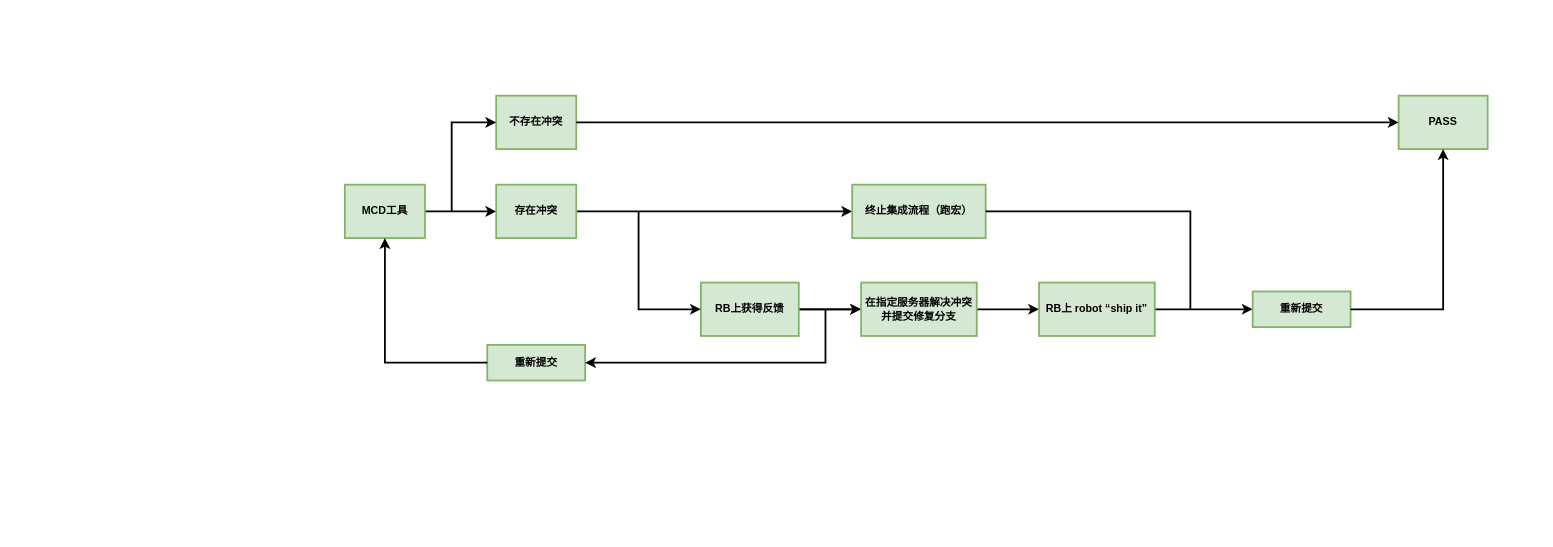
Earlier version of the draw.io diagram ConflictStra.drawio (YingSi163/Effy). Source tidied: cells renumbered, new cells numbered last; positions are measured from the earlier drawing's top-left corner, leaving out a move shared by most shapes. Both pictures are drawn from the tidied source at 89%, with x=0, y=0 at pixel (344, 95).
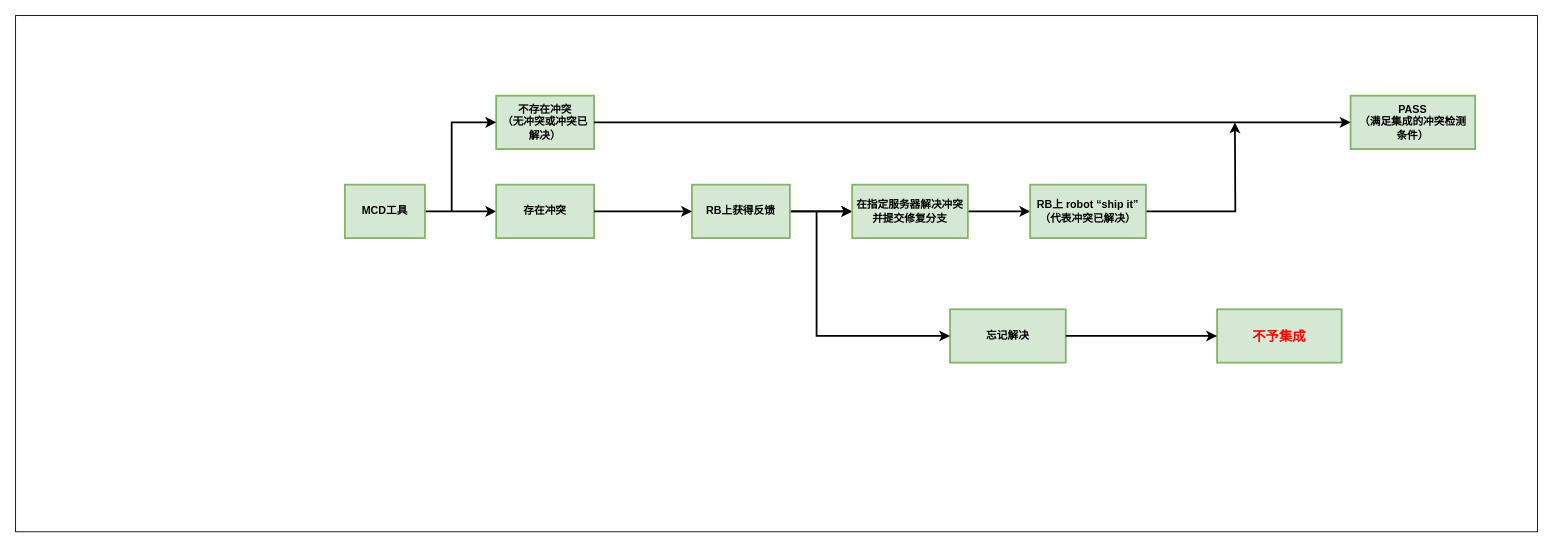
The same diagram, later.

Unchanged cells that the change refers to:
```xml
<mxCell id="3" value="MCD工具" style="rounded=0;whiteSpace=wrap;html=1;fillColor=#d5e8d4;strokeColor=#82B366;strokeWidth=2;sketch=0;glass=0;shadow=0;spacing=6;fontStyle=1;" parent="1" vertex="1">
  <mxGeometry y="100" width="90" height="60" as="geometry" />
</mxCell>
```

Diff of the diagram source:
```diff
@@
+    <mxCell id="25" style="rounded=0;whiteSpace=wrap;html=1;" parent="1" vertex="1">
+      <mxGeometry x="-370" y="-90" width="1710" height="580" as="geometry" />
+    </mxCell>
@@
-    <mxCell id="4" style="edgeStyle=orthogonalEdgeStyle;rounded=0;jettySize=auto;html=1;strokeWidth=2;entryX=0;entryY=0.5;entryDx=0;entryDy=0;" parent="1" edge="1" source="5" target="8">
-      <mxGeometry relative="1" as="geometry" />
-    </mxCell>
     <mxCell id="5" value="存在冲突" style="rounded=0;whiteSpace=wrap;html=1;fillColor=#d5e8d4;strokeColor=#82B366;strokeWidth=2;sketch=0;glass=0;shadow=0;spacing=6;fontStyle=1;" parent="1" vertex="1">
-      <mxGeometry x="170" y="100" width="90" height="60" as="geometry" />
+      <mxGeometry x="170" y="100" width="110" height="60" as="geometry" />
     </mxCell>
-    <mxCell id="6" value="不存在冲突" style="rounded=0;whiteSpace=wrap;html=1;fillColor=#d5e8d4;strokeColor=#82B366;strokeWidth=2;sketch=0;glass=0;shadow=0;spacing=6;fontStyle=1;" parent="1" vertex="1">
-      <mxGeometry x="170" width="90" height="60" as="geometry" />
+    <mxCell id="6" value="不存在冲突&lt;br&gt;（无冲突或冲突已解决）" style="rounded=0;whiteSpace=wrap;html=1;fillColor=#d5e8d4;strokeColor=#82B366;strokeWidth=2;sketch=0;glass=0;shadow=0;spacing=6;fontStyle=1;" parent="1" vertex="1">
+      <mxGeometry x="170" width="110" height="60" as="geometry" />
     </mxCell>
@@
-    <mxCell id="8" value="终止集成流程（跑宏）" style="rounded=0;whiteSpace=wrap;html=1;fillColor=#d5e8d4;strokeColor=#82B366;strokeWidth=2;sketch=0;glass=0;shadow=0;spacing=6;fontStyle=1;" parent="1" vertex="1">
-      <mxGeometry x="570" y="100" width="150" height="60" as="geometry" />
-    </mxCell>
@@
     <mxCell id="11" value="RB上获得反馈" style="rounded=0;whiteSpace=wrap;html=1;fillColor=#d5e8d4;strokeColor=#82B366;strokeWidth=2;sketch=0;glass=0;shadow=0;spacing=6;fontStyle=1;" parent="1" vertex="1">
-      <mxGeometry x="400" y="210" width="110" height="60" as="geometry" />
+      <mxGeometry x="390" y="100" width="110" height="60" as="geometry" />
     </mxCell>
@@
     <mxCell id="13" value="在指定服务器解决冲突并提交修复分支" style="rounded=0;whiteSpace=wrap;html=1;fillColor=#d5e8d4;strokeColor=#82B366;strokeWidth=2;sketch=0;glass=0;shadow=0;spacing=6;fontStyle=1;" parent="1" vertex="1">
-      <mxGeometry x="580" y="210" width="130" height="60" as="geometry" />
+      <mxGeometry x="570" y="100" width="130" height="60" as="geometry" />
     </mxCell>
-    <mxCell id="14" style="edgeStyle=orthogonalEdgeStyle;rounded=0;jettySize=auto;html=1;strokeWidth=2;" parent="1" edge="1" source="15" target="16">
-      <mxGeometry relative="1" as="geometry" />
-    </mxCell>
+    <mxCell id="26" style="edgeStyle=orthogonalEdgeStyle;rounded=0;jettySize=auto;html=1;strokeWidth=2;" parent="1" edge="1" source="15">
+      <mxGeometry relative="1" as="geometry">
+        <mxPoint x="1000" y="30" as="targetPoint" />
+      </mxGeometry>
+    </mxCell>
-    <mxCell id="15" value="RB上 robot “ship it”" style="rounded=0;whiteSpace=wrap;html=1;fillColor=#d5e8d4;strokeColor=#82B366;strokeWidth=2;sketch=0;glass=0;shadow=0;spacing=6;fontStyle=1;" parent="1" vertex="1">
-      <mxGeometry x="780" y="210" width="130" height="60" as="geometry" />
+    <mxCell id="15" value="RB上 robot “ship it”&lt;br&gt;（代表冲突已解决）" style="rounded=0;whiteSpace=wrap;html=1;fillColor=#d5e8d4;strokeColor=#82B366;strokeWidth=2;sketch=0;glass=0;shadow=0;spacing=6;fontStyle=1;" parent="1" vertex="1">
+      <mxGeometry x="770" y="100" width="130" height="60" as="geometry" />
     </mxCell>
-    <mxCell id="16" value="重新提交" style="rounded=0;whiteSpace=wrap;html=1;fillColor=#d5e8d4;strokeColor=#82B366;strokeWidth=2;sketch=0;glass=0;shadow=0;spacing=6;fontStyle=1;" parent="1" vertex="1">
-      <mxGeometry x="1020" y="220" width="110" height="40" as="geometry" />
-    </mxCell>
-    <mxCell id="17" style="endArrow=classic;html=1;rounded=0;strokeWidth=2;entryX=0;entryY=0.5;entryDx=0;entryDy=0;" parent="1" edge="1" target="11">
-      <mxGeometry relative="1" as="geometry">
-        <mxPoint x="330" y="130" as="sourcePoint" />
-        <Array as="points">
-          <mxPoint x="330" y="240" />
-        </Array>
-      </mxGeometry>
+    <mxCell id="17" style="endArrow=classic;html=1;rounded=0;strokeWidth=2;entryX=0;entryY=0.5;entryDx=0;entryDy=0;exitX=1;exitY=0.5;exitDx=0;exitDy=0;" parent="1" edge="1" source="5" target="11">
+      <mxGeometry relative="1" as="geometry" />
     </mxCell>
-    <mxCell id="18" style="endArrow=none;html=1;rounded=0;strokeWidth=2;exitX=1;exitY=0.5;exitDx=0;exitDy=0;" parent="1" edge="1" source="8">
-      <mxGeometry relative="1" as="geometry">
-        <mxPoint x="950" y="240" as="targetPoint" />
-        <Array as="points">
-          <mxPoint x="950" y="130" />
-        </Array>
-      </mxGeometry>
-    </mxCell>
-    <mxCell id="19" value="PASS" style="rounded=0;whiteSpace=wrap;html=1;fillColor=#d5e8d4;strokeColor=#82B366;strokeWidth=2;sketch=0;glass=0;shadow=0;spacing=6;fontStyle=1;" parent="1" vertex="1">
-      <mxGeometry x="1184" width="100" height="60" as="geometry" />
+    <mxCell id="19" value="PASS&lt;br&gt;（满足集成的冲突检测条件）" style="rounded=0;whiteSpace=wrap;html=1;fillColor=#d5e8d4;strokeColor=#82B366;strokeWidth=2;sketch=0;glass=0;shadow=0;spacing=6;fontStyle=1;" parent="1" vertex="1">
+      <mxGeometry x="1130" width="140" height="60" as="geometry" />
     </mxCell>
@@
-    <mxCell id="21" value="重新提交" style="rounded=0;whiteSpace=wrap;html=1;fillColor=#d5e8d4;strokeColor=#82B366;strokeWidth=2;sketch=0;glass=0;shadow=0;spacing=6;fontStyle=1;" parent="1" vertex="1">
-      <mxGeometry x="160" y="280" width="110" height="40" as="geometry" />
-    </mxCell>
-    <mxCell id="22" style="endArrow=classic;html=1;rounded=0;strokeWidth=2;entryX=1;entryY=0.5;entryDx=0;entryDy=0;" parent="1" edge="1" target="21">
-      <mxGeometry relative="1" as="geometry">
-        <mxPoint x="540" y="240" as="sourcePoint" />
-        <Array as="points">
-          <mxPoint x="540" y="300" />
-        </Array>
-      </mxGeometry>
-    </mxCell>
-    <mxCell id="23" style="endArrow=classic;html=1;rounded=0;strokeWidth=2;exitX=0;exitY=0.5;exitDx=0;exitDy=0;entryX=0.5;entryY=1;entryDx=0;entryDy=0;" parent="1" edge="1" source="21" target="3">
-      <mxGeometry relative="1" as="geometry">
-        <Array as="points">
-          <mxPoint x="45" y="300" />
-        </Array>
-      </mxGeometry>
-    </mxCell>
-    <mxCell id="24" style="endArrow=classic;html=1;rounded=0;strokeWidth=2;exitX=1;exitY=0.5;exitDx=0;exitDy=0;entryX=0.5;entryY=1;entryDx=0;entryDy=0;" parent="1" edge="1" source="16" target="19">
-      <mxGeometry relative="1" as="geometry">
-        <Array as="points">
-          <mxPoint x="1234" y="240" />
-        </Array>
-      </mxGeometry>
-    </mxCell>
+    <mxCell id="27" value="忘记解决" style="rounded=0;whiteSpace=wrap;html=1;fillColor=#d5e8d4;strokeColor=#82B366;strokeWidth=2;sketch=0;glass=0;shadow=0;spacing=6;fontStyle=1;" parent="1" vertex="1">
+      <mxGeometry x="680" y="240" width="130" height="60" as="geometry" />
+    </mxCell>
+    <mxCell id="28" style="endArrow=classic;html=1;rounded=0;strokeWidth=2;entryX=0;entryY=0.5;entryDx=0;entryDy=0;" parent="1" edge="1" target="27">
+      <mxGeometry relative="1" as="geometry">
+        <mxPoint x="530" y="130" as="sourcePoint" />
+        <Array as="points">
+          <mxPoint x="530" y="270" />
+        </Array>
+      </mxGeometry>
+    </mxCell>
+    <mxCell id="29" value="&lt;font style=&quot;font-size: 15px;&quot; color=&quot;#ff0000&quot;&gt;不予集成&lt;/font&gt;" style="rounded=0;whiteSpace=wrap;html=1;fillColor=#d5e8d4;strokeColor=#82B366;strokeWidth=2;sketch=0;glass=0;shadow=0;spacing=6;fontStyle=1;" parent="1" vertex="1">
+      <mxGeometry x="980" y="240" width="140" height="60" as="geometry" />
+    </mxCell>
+    <mxCell id="30" style="endArrow=classic;html=1;rounded=0;strokeWidth=2;exitX=1;exitY=0.5;exitDx=0;exitDy=0;entryX=0;entryY=0.5;entryDx=0;entryDy=0;" parent="1" edge="1" source="27" target="29">
+      <mxGeometry relative="1" as="geometry" />
+    </mxCell>
```
